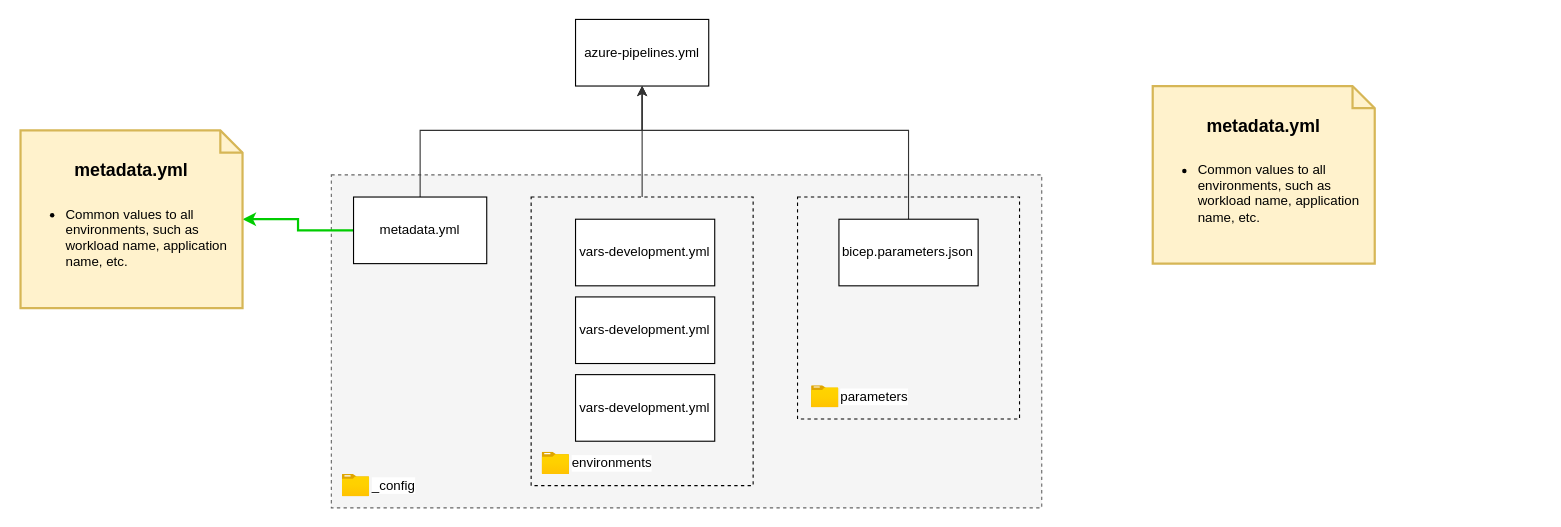
The draw.io diagram page "config-<pattern>" (10 of 10) of docs/diagrams/plt-release_engine-common.drawio in thecloudexplorers/release-engine, before the edit. Source tidied: cells renumbered, new cells numbered last; positions are measured from the earlier drawing's top-left corner, leaving out a move shared by most shapes. Both pictures are drawn from the tidied source at 111%, with x=0, y=0 at pixel (20, 19).
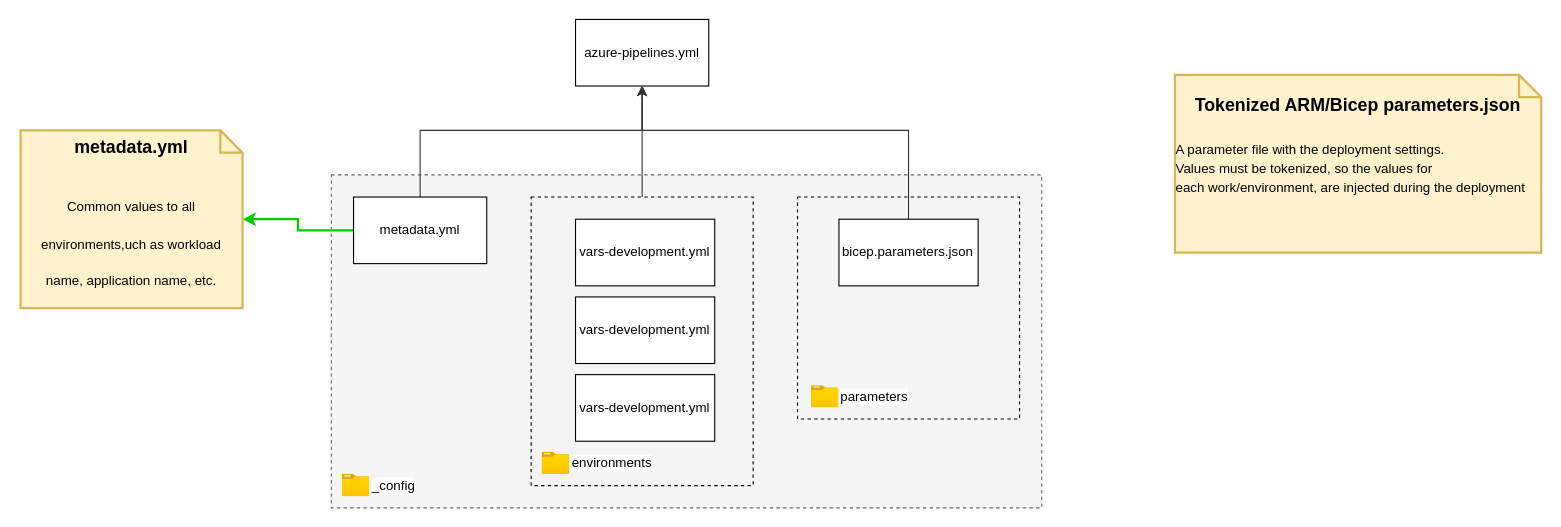
After the change.

Change to the diagram source:
```diff
@@
-    <mxCell id="18" value="&lt;h1 style=&quot;color: rgb(0, 0, 0); margin-top: 0px;&quot;&gt;&lt;font style=&quot;font-size: 16px;&quot;&gt;metadata.yml&lt;/font&gt;&lt;/h1&gt;&lt;h1 style=&quot;color: rgb(0, 0, 0); margin-top: 0px;&quot;&gt;&lt;p style=&quot;font-size: 12px; font-weight: 400; text-align: left;&quot;&gt;&lt;/p&gt;&lt;ul style=&quot;font-size: 12px; font-weight: 400; text-align: left;&quot;&gt;&lt;li&gt;Common values to all environments, such as workload name, application name, etc.&lt;/li&gt;&lt;/ul&gt;&lt;/h1&gt;" style="shape=note;strokeWidth=2;fontSize=14;size=20;whiteSpace=wrap;html=1;fillColor=#fff2cc;strokeColor=#d6b656;fontColor=#666600;" parent="1" vertex="1">
+    <mxCell id="18" value="&lt;h1 style=&quot;color: rgb(0, 0, 0); margin-top: 0px;&quot;&gt;&lt;font style=&quot;font-size: 16px;&quot;&gt;metadata.yml&lt;/font&gt;&lt;/h1&gt;&lt;h1 style=&quot;color: rgb(0, 0, 0); margin-top: 0px;&quot;&gt;&lt;p style=&quot;font-size: 12px; font-weight: 400; text-align: left;&quot;&gt;&lt;/p&gt;&lt;span style=&quot;font-size: 12px; font-weight: 400; text-align: left; background-color: initial;&quot;&gt;Common values to all environments,uch as workload name, application name, etc.&lt;/span&gt;&lt;br&gt;&lt;/h1&gt;" style="shape=note;strokeWidth=2;fontSize=14;size=20;whiteSpace=wrap;html=1;fillColor=#fff2cc;strokeColor=#d6b656;fontColor=#666600;" parent="1" vertex="1">
       <mxGeometry y="100" width="200" height="160" as="geometry" />
     </mxCell>
-    <mxCell id="19" value="&lt;h1 style=&quot;color: rgb(0, 0, 0); margin-top: 0px;&quot;&gt;&lt;font style=&quot;font-size: 16px;&quot;&gt;metadata.yml&lt;/font&gt;&lt;/h1&gt;&lt;h1 style=&quot;color: rgb(0, 0, 0); margin-top: 0px;&quot;&gt;&lt;p style=&quot;font-size: 12px; font-weight: 400; text-align: left;&quot;&gt;&lt;/p&gt;&lt;ul style=&quot;font-size: 12px; font-weight: 400; text-align: left;&quot;&gt;&lt;li&gt;Common values to all environments, such as workload name, application name, etc.&lt;/li&gt;&lt;/ul&gt;&lt;/h1&gt;" style="shape=note;strokeWidth=2;fontSize=14;size=20;whiteSpace=wrap;html=1;fillColor=#fff2cc;strokeColor=#d6b656;fontColor=#666600;" parent="1" vertex="1">
-      <mxGeometry x="1020" y="60" width="200" height="160" as="geometry" />
+    <mxCell id="19" value="&lt;h1 style=&quot;color: rgb(0, 0, 0); margin-top: 0px;&quot;&gt;&lt;span style=&quot;font-size: 16px;&quot;&gt;Tokenized ARM/Bicep parameters.json&lt;/span&gt;&lt;/h1&gt;&lt;div style=&quot;text-align: left;&quot;&gt;&lt;span style=&quot;font-size: 12px;&quot;&gt;&lt;font color=&quot;#000000&quot;&gt;A parameter file with the deployment settings.&amp;nbsp;&lt;/font&gt;&lt;/span&gt;&lt;/div&gt;&lt;div style=&quot;text-align: left;&quot;&gt;&lt;font color=&quot;#000000&quot;&gt;&lt;span style=&quot;font-size: 12px;&quot;&gt;Values must be tokenized, so the values for each&amp;nbsp;&lt;/span&gt;&lt;span style=&quot;font-size: 12px; background-color: initial;&quot;&gt;work/&lt;/span&gt;&lt;span style=&quot;font-size: 12px; background-color: initial;&quot;&gt;environment, are injected during the deployment&lt;/span&gt;&lt;/font&gt;&lt;/div&gt;" style="shape=note;strokeWidth=2;fontSize=14;size=20;whiteSpace=wrap;html=1;fillColor=#fff2cc;strokeColor=#d6b656;fontColor=#666600;verticalAlign=top;" parent="1" vertex="1">
+      <mxGeometry x="1040" y="50" width="330" height="160" as="geometry" />
     </mxCell>
```
